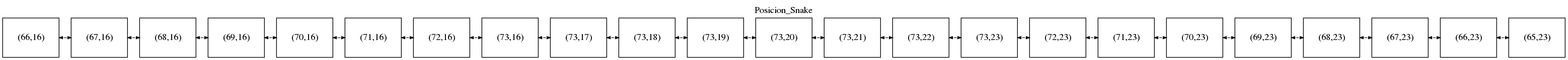
The Graphviz diagram snake_list.png in mariotun/EDD_1S2019_P1_201602942, before a commit. Its source is kept beside it as snake_list.dot. The source it was exported from:
```dot
digraph Lista_Snake{
 label=Posicion_Snake;
 labelloc=t;
node[margin=0.3 fontcolor=black shape=box];
{rank=same;
 <lista_doble.NodeLD object at 0x7f8289b24a90>[label="(66,16)"];
<lista_doble.NodeLD object at 0x7f8289b24d30>[label="(67,16)"];
<lista_doble.NodeLD object at 0x7f8289b24ac8>[label="(68,16)"];
<lista_doble.NodeLD object at 0x7f8289b24da0>[label="(69,16)"];
<lista_doble.NodeLD object at 0x7f8289b249b0>[label="(70,16)"];
<lista_doble.NodeLD object at 0x7f8289b24ba8>[label="(71,16)"];
<lista_doble.NodeLD object at 0x7f8289b24978>[label="(72,16)"];
<lista_doble.NodeLD object at 0x7f8289b24b70>[label="(73,16)"];
<lista_doble.NodeLD object at 0x7f8289b24cf8>[label="(73,17)"];
<lista_doble.NodeLD object at 0x7f8289b24908>[label="(73,18)"];
<lista_doble.NodeLD object at 0x7f8289b24be0>[label="(73,19)"];
<lista_doble.NodeLD object at 0x7f8289b24b38>[label="(73,20)"];
<lista_doble.NodeLD object at 0x7f8289b24d68>[label="(73,21)"];
<lista_doble.NodeLD object at 0x7f8289b24cc0>[label="(73,22)"];
<lista_doble.NodeLD object at 0x7f8289b24e48>[label="(73,23)"];
<lista_doble.NodeLD object at 0x7f8289b24dd8>[label="(72,23)"];
<lista_doble.NodeLD object at 0x7f8289b24c18>[label="(71,23)"];
<lista_doble.NodeLD object at 0x7f8289b24a58>[label="(70,23)"];
<lista_doble.NodeLD object at 0x7f8289b24c50>[label="(69,23)"];
<lista_doble.NodeLD object at 0x7f8289b249e8>[label="(68,23)"];
<lista_doble.NodeLD object at 0x7f8289b24e10>[label="(67,23)"];
<lista_doble.NodeLD object at 0x7f8289b24c88>[label="(66,23)"];
<lista_doble.NodeLD object at 0x7f8289b24a20>[label="(65,23)"];
<lista_doble.NodeLD object at 0x7f8289b24a90>-><lista_doble.NodeLD object at 0x7f8289b24d30>-><lista_doble.NodeLD object at 0x7f8289b24ac8>-><lista_doble.NodeLD object at 0x7f8289b24da0>-><lista_doble.NodeLD object at 0x7f8289b249b0>-><lista_doble.NodeLD object at 0x7f8289b24ba8>-><lista_doble.NodeLD object at 0x7f8289b24978>-><lista_doble.NodeLD object at 0x7f8289b24b70>-><lista_doble.NodeLD object at 0x7f8289b24cf8>-><lista_doble.NodeLD object at 0x7f8289b24908>-><lista_doble.NodeLD object at 0x7f8289b24be0>-><lista_doble.NodeLD object at 0x7f8289b24b38>-><lista_doble.NodeLD object at 0x7f8289b24d68>-><lista_doble.NodeLD object at 0x7f8289b24cc0>-><lista_doble.NodeLD object at 0x7f8289b24e48>-><lista_doble.NodeLD object at 0x7f8289b24dd8>-><lista_doble.NodeLD object at 0x7f8289b24c18>-><lista_doble.NodeLD object at 0x7f8289b24a58>-><lista_doble.NodeLD object at 0x7f8289b24c50>-><lista_doble.NodeLD object at 0x7f8289b249e8>-><lista_doble.NodeLD object at 0x7f8289b24e10>-><lista_doble.NodeLD object at 0x7f8289b24c88>-><lista_doble.NodeLD object at 0x7f8289b24a20>
[dir=both style=tapered arrowsize=0.5 penwidth=1 color=black];
} }
```
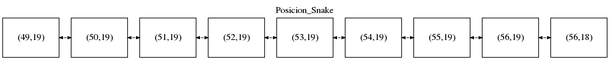
Above is the later version.

The edit, as a diff of the source:
```diff
@@ -3,29 +3,15 @@
  labelloc=t;
 node[margin=0.3 fontcolor=black shape=box];
 {rank=same;
- <lista_doble.NodeLD object at 0x7f8289b24a90>[label="(66,16)"];
-<lista_doble.NodeLD object at 0x7f8289b24d30>[label="(67,16)"];
-<lista_doble.NodeLD object at 0x7f8289b24ac8>[label="(68,16)"];
-<lista_doble.NodeLD object at 0x7f8289b24da0>[label="(69,16)"];
-<lista_doble.NodeLD object at 0x7f8289b249b0>[label="(70,16)"];
-<lista_doble.NodeLD object at 0x7f8289b24ba8>[label="(71,16)"];
-<lista_doble.NodeLD object at 0x7f8289b24978>[label="(72,16)"];
-<lista_doble.NodeLD object at 0x7f8289b24b70>[label="(73,16)"];
-<lista_doble.NodeLD object at 0x7f8289b24cf8>[label="(73,17)"];
-<lista_doble.NodeLD object at 0x7f8289b24908>[label="(73,18)"];
-<lista_doble.NodeLD object at 0x7f8289b24be0>[label="(73,19)"];
-<lista_doble.NodeLD object at 0x7f8289b24b38>[label="(73,20)"];
-<lista_doble.NodeLD object at 0x7f8289b24d68>[label="(73,21)"];
-<lista_doble.NodeLD object at 0x7f8289b24cc0>[label="(73,22)"];
-<lista_doble.NodeLD object at 0x7f8289b24e48>[label="(73,23)"];
-<lista_doble.NodeLD object at 0x7f8289b24dd8>[label="(72,23)"];
-<lista_doble.NodeLD object at 0x7f8289b24c18>[label="(71,23)"];
-<lista_doble.NodeLD object at 0x7f8289b24a58>[label="(70,23)"];
-<lista_doble.NodeLD object at 0x7f8289b24c50>[label="(69,23)"];
-<lista_doble.NodeLD object at 0x7f8289b249e8>[label="(68,23)"];
-<lista_doble.NodeLD object at 0x7f8289b24e10>[label="(67,23)"];
-<lista_doble.NodeLD object at 0x7f8289b24c88>[label="(66,23)"];
-<lista_doble.NodeLD object at 0x7f8289b24a20>[label="(65,23)"];
-<lista_doble.NodeLD object at 0x7f8289b24a90>-><lista_doble.NodeLD object at 0x7f8289b24d30>-><lista_doble.NodeLD object at 0x7f8289b24ac8>-><lista_doble.NodeLD object at 0x7f8289b24da0>-><lista_doble.NodeLD object at 0x7f8289b249b0>-><lista_doble.NodeLD object at 0x7f8289b24ba8>-><lista_doble.NodeLD object at 0x7f8289b24978>-><lista_doble.NodeLD object at 0x7f8289b24b70>-><lista_doble.NodeLD object at 0x7f8289b24cf8>-><lista_doble.NodeLD object at 0x7f8289b24908>-><lista_doble.NodeLD object at 0x7f8289b24be0>-><lista_doble.NodeLD object at 0x7f8289b24b38>-><lista_doble.NodeLD object at 0x7f8289b24d68>-><lista_doble.NodeLD object at 0x7f8289b24cc0>-><lista_doble.NodeLD object at 0x7f8289b24e48>-><lista_doble.NodeLD object at 0x7f8289b24dd8>-><lista_doble.NodeLD object at 0x7f8289b24c18>-><lista_doble.NodeLD object at 0x7f8289b24a58>-><lista_doble.NodeLD object at 0x7f8289b24c50>-><lista_doble.NodeLD object at 0x7f8289b249e8>-><lista_doble.NodeLD object at 0x7f8289b24e10>-><lista_doble.NodeLD object at 0x7f8289b24c88>-><lista_doble.NodeLD object at 0x7f8289b24a20>
+ <lista_doble.NodeLD object at 0x7f71b76cba20>[label="(49,19)"];
+<lista_doble.NodeLD object at 0x7f71b76bccc0>[label="(50,19)"];
+<lista_doble.NodeLD object at 0x7f71b76cb780>[label="(51,19)"];
+<lista_doble.NodeLD object at 0x7f71b76bcd30>[label="(52,19)"];
+<lista_doble.NodeLD object at 0x7f71b76cb940>[label="(53,19)"];
+<lista_doble.NodeLD object at 0x7f71b76bcc88>[label="(54,19)"];
+<lista_doble.NodeLD object at 0x7f71b76bcc18>[label="(55,19)"];
+<lista_doble.NodeLD object at 0x7f71b76bce80>[label="(56,19)"];
+<lista_doble.NodeLD object at 0x7f71b76bccf8>[label="(56,18)"];
+<lista_doble.NodeLD object at 0x7f71b76cba20>-><lista_doble.NodeLD object at 0x7f71b76bccc0>-><lista_doble.NodeLD object at 0x7f71b76cb780>-><lista_doble.NodeLD object at 0x7f71b76bcd30>-><lista_doble.NodeLD object at 0x7f71b76cb940>-><lista_doble.NodeLD object at 0x7f71b76bcc88>-><lista_doble.NodeLD object at 0x7f71b76bcc18>-><lista_doble.NodeLD object at 0x7f71b76bce80>-><lista_doble.NodeLD object at 0x7f71b76bccf8>
 [dir=both style=tapered arrowsize=0.5 penwidth=1 color=black];
 } }
```
